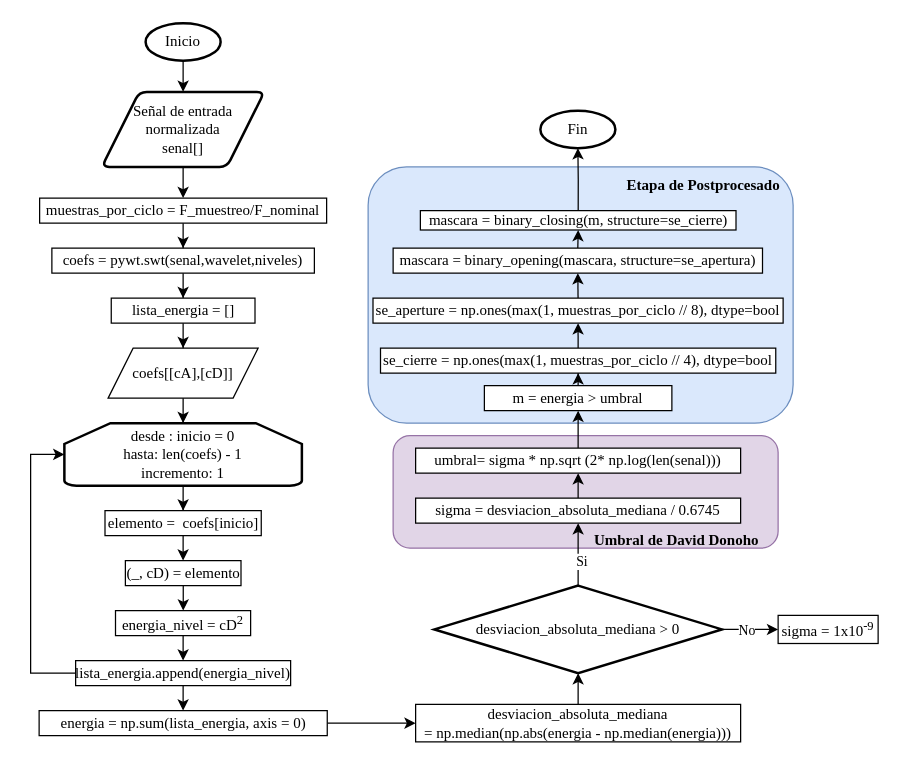
Before: Diagramas_Flujo/Diagrama_Flujo_Wavelet.drawio in SGOLDYT/Power-Quality, a draw.io diagram. Source tidied: cells renumbered, new cells numbered last; positions are measured from the earlier drawing's top-left corner, leaving out a move shared by most shapes. Both pictures are drawn from the tidied source at 125%, with x=0, y=0 at pixel (30, 22).
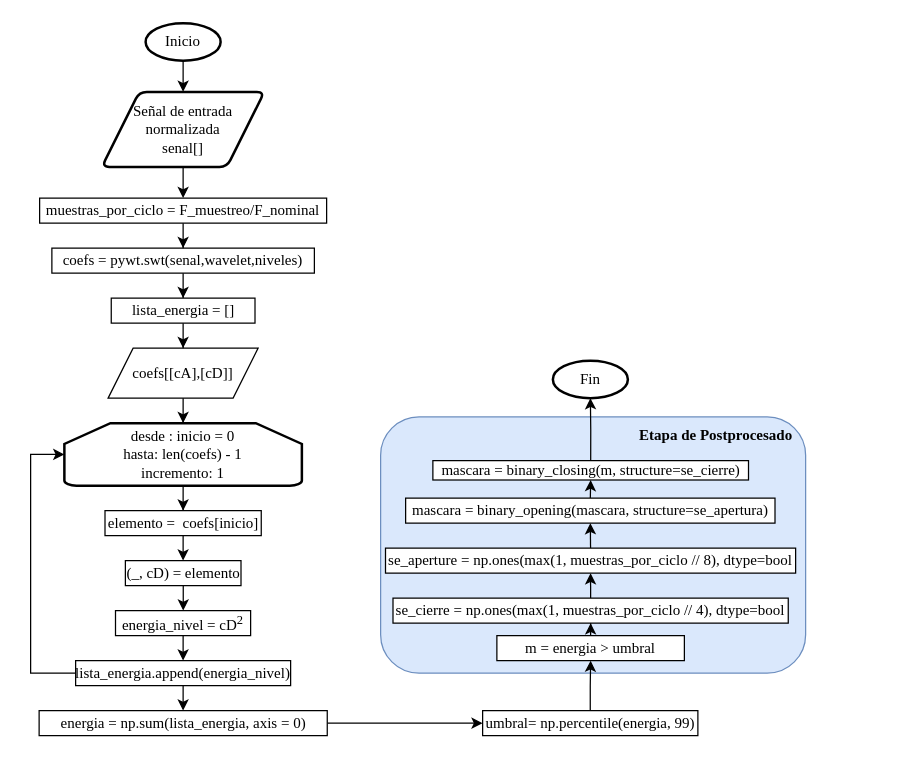
The same diagram, later.

Commit message (it also covers changes not shown here):
Cambios en el diagrama por el percentil 99 para el umbral de la wavelet

The change refers to these unchanged cells:
```xml
<mxCell id="9" value="&lt;font face=&quot;Times New Roman&quot;&gt;energia = np.sum(lista_energia, axis = 0)&lt;/font&gt;" style="rounded=0;whiteSpace=wrap;html=1;" parent="1" vertex="1">
  <mxGeometry x="6.8" y="550" width="230.5" height="20" as="geometry" />
</mxCell>
```

The edit, as a diff of the source:
```diff
@@
     <mxCell id="2" style="rounded=1;whiteSpace=wrap;html=1;fillColor=#dae8fc;strokeColor=#6c8ebf;" parent="1" vertex="1">
-      <mxGeometry x="270" y="115" width="340" height="205" as="geometry" />
+      <mxGeometry x="280" y="315" width="340" height="205" as="geometry" />
     </mxCell>
-    <mxCell id="3" style="rounded=1;whiteSpace=wrap;html=1;fillColor=#e1d5e7;strokeColor=#9673a6;" parent="1" vertex="1">
-      <mxGeometry x="290" y="330" width="308" height="90" as="geometry" />
-    </mxCell>
@@
-    <mxCell id="8" style="edgeStyle=orthogonalEdgeStyle;rounded=0;jettySize=auto;html=1;entryX=0;entryY=0.5;entryDx=0;entryDy=0;" parent="1" edge="1" source="9" target="27">
-      <mxGeometry relative="1" as="geometry" />
-    </mxCell>
+    <mxCell id="55" style="edgeStyle=orthogonalEdgeStyle;rounded=0;jettySize=auto;html=1;entryX=0;entryY=0.5;entryDx=0;entryDy=0;" parent="1" edge="1" source="9" target="39">
+      <mxGeometry relative="1" as="geometry" />
+    </mxCell>
@@
-    <mxCell id="27" value="&lt;font face=&quot;Times New Roman&quot;&gt;desviacion_absoluta_mediana&lt;/font&gt;&lt;div&gt;&lt;font face=&quot;Times New Roman&quot;&gt;= np.median(np.abs(energia - np.median(energia)))&lt;/font&gt;&lt;/div&gt;" style="rounded=0;whiteSpace=wrap;html=1;" parent="1" vertex="1">
-      <mxGeometry x="308" y="545" width="260" height="30" as="geometry" />
-    </mxCell>
-    <mxCell id="28" style="edgeStyle=orthogonalEdgeStyle;rounded=0;jettySize=auto;html=1;exitX=0.5;exitY=0;exitDx=0;exitDy=0;entryX=0.5;entryY=1;entryDx=0;entryDy=0;" parent="1" edge="1" source="29" target="39">
-      <mxGeometry relative="1" as="geometry" />
-    </mxCell>
-    <mxCell id="29" value="&lt;font face=&quot;Times New Roman&quot;&gt;sigma = desviacion_absoluta_mediana / 0.6745&lt;/font&gt;" style="rounded=0;whiteSpace=wrap;html=1;" parent="1" vertex="1">
-      <mxGeometry x="308" y="380" width="260" height="20" as="geometry" />
-    </mxCell>
-    <mxCell id="30" style="edgeStyle=orthogonalEdgeStyle;rounded=0;jettySize=auto;html=1;entryX=0.5;entryY=1;entryDx=0;entryDy=0;" parent="1" edge="1" source="34" target="29">
-      <mxGeometry relative="1" as="geometry" />
-    </mxCell>
-    <mxCell id="31" value="&lt;font face=&quot;Times New Roman&quot;&gt;Si&lt;/font&gt;" style="edgeLabel;html=1;align=center;verticalAlign=middle;" parent="30" vertex="1">
-      <mxGeometry x="-0.19" y="-2" relative="1" as="geometry" />
-    </mxCell>
-    <mxCell id="32" style="edgeStyle=orthogonalEdgeStyle;rounded=0;jettySize=auto;html=1;" parent="1" edge="1" source="34" target="36">
-      <mxGeometry relative="1" as="geometry" />
-    </mxCell>
-    <mxCell id="33" value="&lt;font face=&quot;Times New Roman&quot;&gt;No&lt;/font&gt;" style="edgeLabel;html=1;align=center;verticalAlign=middle;" parent="32" vertex="1">
-      <mxGeometry x="0.2" relative="1" as="geometry">
-        <mxPoint x="-7" as="offset" />
-      </mxGeometry>
-    </mxCell>
-    <mxCell id="34" value="&lt;span style=&quot;font-family: &amp;quot;Times New Roman&amp;quot;;&quot;&gt;desviacion_absoluta_mediana &amp;gt; 0&lt;/span&gt;" style="strokeWidth=2;html=1;shape=mxgraph.flowchart.decision;whiteSpace=wrap;" parent="1" vertex="1">
-      <mxGeometry x="323" y="450" width="230" height="70" as="geometry" />
-    </mxCell>
-    <mxCell id="35" style="edgeStyle=orthogonalEdgeStyle;rounded=0;jettySize=auto;html=1;entryX=0.5;entryY=1;entryDx=0;entryDy=0;entryPerimeter=0;" parent="1" edge="1" source="27" target="34">
-      <mxGeometry relative="1" as="geometry" />
-    </mxCell>
-    <mxCell id="36" value="&lt;font face=&quot;Times New Roman&quot;&gt;sigma = 1x10&lt;sup&gt;-9&lt;/sup&gt;&lt;/font&gt;" style="rounded=0;whiteSpace=wrap;html=1;" parent="1" vertex="1">
-      <mxGeometry x="598" y="473.8" width="80" height="22.5" as="geometry" />
-    </mxCell>
-    <mxCell id="37" style="edgeStyle=orthogonalEdgeStyle;rounded=0;orthogonalLoop=1;jettySize=auto;html=1;exitX=0.5;exitY=1;exitDx=0;exitDy=0;" parent="1" edge="1" source="36" target="36">
-      <mxGeometry relative="1" as="geometry" />
+    <mxCell id="37" style="edgeStyle=orthogonalEdgeStyle;rounded=0;orthogonalLoop=1;jettySize=auto;html=1;exitX=0.5;exitY=1;exitDx=0;exitDy=0;" parent="1" edge="1">
+      <mxGeometry relative="1" as="geometry">
+        <mxPoint x="638" y="496.2" as="sourcePoint" />
+        <mxPoint x="638" y="496.2" as="targetPoint" />
+      </mxGeometry>
     </mxCell>
@@
-    <mxCell id="39" value="&lt;font face=&quot;Times New Roman&quot;&gt;umbral= sigma * np.sqrt (2* np.log(len(senal)))&lt;/font&gt;" style="rounded=0;whiteSpace=wrap;html=1;" parent="1" vertex="1">
-      <mxGeometry x="308" y="340" width="260" height="20" as="geometry" />
+    <mxCell id="39" value="&lt;font face=&quot;Times New Roman&quot;&gt;umbral= np.percentile(energia, 99)&lt;/font&gt;" style="rounded=0;whiteSpace=wrap;html=1;" parent="1" vertex="1">
+      <mxGeometry x="361.6" y="550" width="172.2" height="20" as="geometry" />
     </mxCell>
-    <mxCell id="40" value="&lt;b&gt;&lt;font face=&quot;Times New Roman&quot;&gt;Umbral de David Donoho&lt;/font&gt;&lt;/b&gt;" style="text;html=1;align=center;verticalAlign=middle;whiteSpace=wrap;rounded=0;" parent="1" vertex="1">
-      <mxGeometry x="432.1" y="410" width="170" height="7.5" as="geometry" />
-    </mxCell>
@@
     <mxCell id="42" value="&lt;font face=&quot;Times New Roman&quot;&gt;m = energia &amp;gt; umbral&lt;/font&gt;" style="rounded=0;whiteSpace=wrap;html=1;" parent="1" vertex="1">
-      <mxGeometry x="363" y="290" width="150" height="20" as="geometry" />
+      <mxGeometry x="373" y="490" width="150" height="20" as="geometry" />
     </mxCell>
@@
     <mxCell id="44" value="&lt;font face=&quot;Times New Roman&quot;&gt;se_cierre = np.ones(max(1, muestras_por_ciclo // 4), dtype=bool&lt;/font&gt;" style="rounded=0;whiteSpace=wrap;html=1;" parent="1" vertex="1">
-      <mxGeometry x="279.9" y="260" width="316.2" height="20" as="geometry" />
+      <mxGeometry x="289.9" y="460" width="316.2" height="20" as="geometry" />
     </mxCell>
@@
     <mxCell id="46" value="&lt;font face=&quot;Times New Roman&quot;&gt;se_aperture = np.ones(max(1, muestras_por_ciclo // 8), dtype=bool&lt;/font&gt;" style="rounded=0;whiteSpace=wrap;html=1;" parent="1" vertex="1">
-      <mxGeometry x="273.9" y="220" width="328.1" height="20" as="geometry" />
+      <mxGeometry x="283.9" y="420" width="328.1" height="20" as="geometry" />
     </mxCell>
     <mxCell id="47" value="&lt;font face=&quot;Times New Roman&quot;&gt;mascara = binary_closing(m, structure=se_cierre)&lt;/font&gt;" style="rounded=0;whiteSpace=wrap;html=1;" parent="1" vertex="1">
-      <mxGeometry x="311.8" y="150" width="252.5" height="15.5" as="geometry" />
+      <mxGeometry x="321.8" y="350" width="252.5" height="15.5" as="geometry" />
     </mxCell>
@@
     <mxCell id="49" value="&lt;font face=&quot;Times New Roman&quot;&gt;mascara = binary_opening(mascara, structure=se_apertura)&lt;/font&gt;" style="rounded=0;whiteSpace=wrap;html=1;" parent="1" vertex="1">
-      <mxGeometry x="290" y="180" width="295.5" height="20" as="geometry" />
+      <mxGeometry x="300" y="380" width="295.5" height="20" as="geometry" />
     </mxCell>
@@
     <mxCell id="52" value="&lt;font face=&quot;Times New Roman&quot;&gt;&lt;b&gt;Etapa de Postprocesado&lt;/b&gt;&lt;/font&gt;" style="text;html=1;align=center;verticalAlign=middle;whiteSpace=wrap;rounded=0;" parent="1" vertex="1">
-      <mxGeometry x="475.1" y="120" width="127" height="20" as="geometry" />
+      <mxGeometry x="485.1" y="320" width="127" height="20" as="geometry" />
     </mxCell>
     <mxCell id="53" value="&lt;font face=&quot;Times New Roman&quot;&gt;Fin&lt;/font&gt;" style="strokeWidth=2;html=1;shape=mxgraph.flowchart.start_1;whiteSpace=wrap;" parent="1" vertex="1">
-      <mxGeometry x="407.8" y="70" width="60" height="30" as="geometry" />
+      <mxGeometry x="417.8" y="270" width="60" height="30" as="geometry" />
     </mxCell>
```
